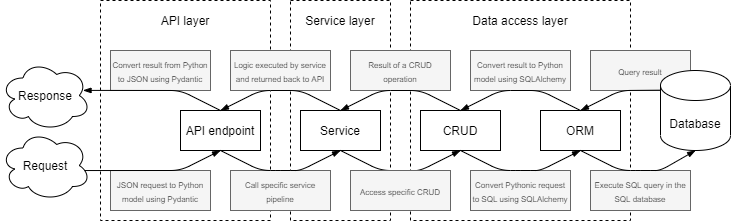
neat-monte/manganace keeps this draw.io diagram as backend/_docs/general-backend-flow.png. Above is the earlier version. Source tidied: cells renumbered, new cells last; positions are measured from the earlier drawing's top-left corner, leaving out a move shared by most shapes.
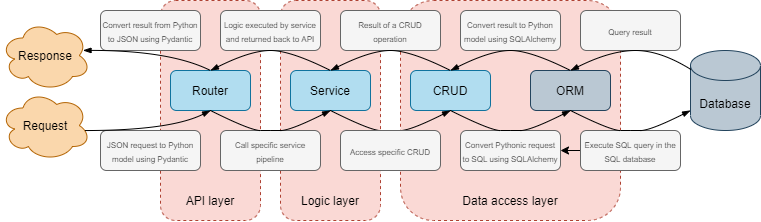
The same file after the commit.

What changed in the source:
```diff
@@ -2,40 +2,43 @@
   <root>
     <mxCell id="0" />
     <mxCell id="1" parent="0" />
-    <mxCell id="2" style="rounded=0;whiteSpace=wrap;html=1;shadow=0;glass=0;dashed=1;fillColor=none;" parent="1" vertex="1">
-      <mxGeometry x="410" width="220" height="220" as="geometry" />
+    <mxCell id="2" style="whiteSpace=wrap;html=1;shadow=0;glass=0;dashed=1;fillColor=#fad9d5;rounded=1;strokeColor=#ae4132;" parent="1" vertex="1">
+      <mxGeometry x="410" y="40" width="220" height="220" as="geometry" />
     </mxCell>
+    <mxCell id="35" style="edgeStyle=orthogonalEdgeStyle;curved=1;rounded=0;jettySize=auto;html=1;" parent="1" edge="1" source="3" target="18">
+      <mxGeometry relative="1" as="geometry" />
+    </mxCell>
-    <mxCell id="3" value="&lt;font style=&quot;font-size: 8px&quot;&gt;Execute SQL query in the SQL database&lt;/font&gt;" style="text;html=1;strokeColor=#666666;fillColor=#f5f5f5;align=center;verticalAlign=middle;whiteSpace=wrap;rounded=0;fontColor=#333333;" parent="1" vertex="1">
+    <mxCell id="3" value="&lt;font style=&quot;font-size: 8px&quot;&gt;Execute SQL query in the SQL database&lt;/font&gt;" style="text;html=1;strokeColor=#666666;fillColor=#f5f5f5;align=center;verticalAlign=middle;whiteSpace=wrap;fontColor=#333333;rounded=1;" parent="1" vertex="1">
       <mxGeometry x="590" y="170" width="100" height="40" as="geometry" />
     </mxCell>
-    <mxCell id="4" value="&lt;span style=&quot;font-size: 8px&quot;&gt;Query result&lt;/span&gt;" style="text;html=1;strokeColor=#666666;fillColor=#f5f5f5;align=center;verticalAlign=middle;whiteSpace=wrap;rounded=0;fontColor=#333333;" parent="1" vertex="1">
+    <mxCell id="4" value="&lt;span style=&quot;font-size: 8px&quot;&gt;Query result&lt;/span&gt;" style="text;html=1;strokeColor=#666666;fillColor=#f5f5f5;align=center;verticalAlign=middle;whiteSpace=wrap;fontColor=#333333;rounded=1;" parent="1" vertex="1">
       <mxGeometry x="590" y="50" width="100" height="40" as="geometry" />
     </mxCell>
-    <mxCell id="5" style="rounded=0;whiteSpace=wrap;html=1;shadow=0;glass=0;dashed=1;fillColor=none;" parent="1" vertex="1">
-      <mxGeometry x="290" width="100" height="220" as="geometry" />
+    <mxCell id="5" style="whiteSpace=wrap;html=1;shadow=0;glass=0;dashed=1;fillColor=#fad9d5;rounded=1;strokeColor=#ae4132;" parent="1" vertex="1">
+      <mxGeometry x="290" y="40" width="100" height="220" as="geometry" />
     </mxCell>
-    <mxCell id="6" style="rounded=0;whiteSpace=wrap;html=1;shadow=0;glass=0;dashed=1;fillColor=none;" parent="1" vertex="1">
-      <mxGeometry x="100" width="170" height="220" as="geometry" />
+    <mxCell id="6" style="whiteSpace=wrap;html=1;shadow=0;glass=0;dashed=1;fillColor=#fad9d5;rounded=1;strokeColor=#ae4132;" parent="1" vertex="1">
+      <mxGeometry x="170" y="40" width="100" height="220" as="geometry" />
     </mxCell>
-    <mxCell id="7" value="API endpoint" style="rounded=0;whiteSpace=wrap;html=1;" parent="1" vertex="1">
+    <mxCell id="7" value="Router" style="whiteSpace=wrap;html=1;rounded=1;fillColor=#b1ddf0;strokeColor=#10739e;" parent="1" vertex="1">
       <mxGeometry x="180" y="110" width="80" height="40" as="geometry" />
     </mxCell>
-    <mxCell id="8" value="Service" style="rounded=0;whiteSpace=wrap;html=1;" parent="1" vertex="1">
+    <mxCell id="8" value="Service" style="whiteSpace=wrap;html=1;rounded=1;fillColor=#b1ddf0;strokeColor=#10739e;" parent="1" vertex="1">
       <mxGeometry x="300" y="110" width="80" height="40" as="geometry" />
     </mxCell>
-    <mxCell id="9" value="CRUD" style="rounded=0;whiteSpace=wrap;html=1;" parent="1" vertex="1">
+    <mxCell id="9" value="CRUD" style="whiteSpace=wrap;html=1;rounded=1;fillColor=#b1ddf0;strokeColor=#10739e;" parent="1" vertex="1">
       <mxGeometry x="420" y="110" width="80" height="40" as="geometry" />
     </mxCell>
-    <mxCell id="10" value="ORM" style="rounded=0;whiteSpace=wrap;html=1;" parent="1" vertex="1">
+    <mxCell id="10" value="ORM" style="whiteSpace=wrap;html=1;rounded=1;fillColor=#bac8d3;strokeColor=#23445d;" parent="1" vertex="1">
       <mxGeometry x="540" y="110" width="80" height="40" as="geometry" />
     </mxCell>
-    <mxCell id="11" value="Database" style="shape=cylinder3;whiteSpace=wrap;html=1;boundedLbl=1;backgroundOutline=1;size=15;" parent="1" vertex="1">
-      <mxGeometry x="660" y="70" width="70" height="80" as="geometry" />
+    <mxCell id="11" value="Database" style="shape=cylinder3;whiteSpace=wrap;html=1;boundedLbl=1;backgroundOutline=1;size=15;rounded=1;fillColor=#bac8d3;strokeColor=#23445d;" parent="1" vertex="1">
+      <mxGeometry x="700" y="90" width="70" height="80" as="geometry" />
     </mxCell>
-    <mxCell id="12" value="Request" style="ellipse;shape=cloud;whiteSpace=wrap;html=1;" parent="1" vertex="1">
-      <mxGeometry y="130" width="90" height="70" as="geometry" />
+    <mxCell id="12" value="Request" style="ellipse;shape=cloud;whiteSpace=wrap;html=1;rounded=1;fillColor=#fad7ac;strokeColor=#b46504;" parent="1" vertex="1">
+      <mxGeometry x="10" y="130" width="90" height="70" as="geometry" />
     </mxCell>
-    <mxCell id="13" style="endArrow=blockThin;html=1;endFill=1;exitX=0.5;exitY=1;exitDx=0;exitDy=0;entryX=0.5;entryY=1;entryDx=0;entryDy=0;" parent="1" edge="1" source="8" target="9">
+    <mxCell id="13" style="endArrow=blockThin;html=1;endFill=1;exitX=0.5;exitY=1;exitDx=0;exitDy=0;entryX=0.5;entryY=1;entryDx=0;entryDy=0;curved=1;" parent="1" edge="1" source="8" target="9">
       <mxGeometry relative="1" as="geometry">
         <Array as="points">
           <mxPoint x="380" y="170" />
@@ -44,48 +47,48 @@
         </Array>
       </mxGeometry>
     </mxCell>
-    <mxCell id="14" value="Response" style="ellipse;shape=cloud;whiteSpace=wrap;html=1;" parent="1" vertex="1">
-      <mxGeometry y="60" width="90" height="70" as="geometry" />
+    <mxCell id="14" value="Response" style="ellipse;shape=cloud;whiteSpace=wrap;html=1;rounded=1;fillColor=#fad7ac;strokeColor=#b46504;" parent="1" vertex="1">
+      <mxGeometry x="10" y="60" width="90" height="70" as="geometry" />
     </mxCell>
-    <mxCell id="15" value="&lt;font style=&quot;font-size: 8px&quot;&gt;JSON request to Python model using Pydantic&lt;/font&gt;" style="text;html=1;strokeColor=#666666;fillColor=#f5f5f5;align=center;verticalAlign=middle;whiteSpace=wrap;rounded=0;fontColor=#333333;" parent="1" vertex="1">
+    <mxCell id="15" value="&lt;font style=&quot;font-size: 8px&quot;&gt;JSON request to Python model using Pydantic&lt;/font&gt;" style="text;html=1;strokeColor=#666666;fillColor=#f5f5f5;align=center;verticalAlign=middle;whiteSpace=wrap;fontColor=#333333;rounded=1;" parent="1" vertex="1">
       <mxGeometry x="110" y="170" width="100" height="40" as="geometry" />
     </mxCell>
-    <mxCell id="16" value="&lt;font style=&quot;font-size: 8px&quot;&gt;Call specific service pipeline&lt;/font&gt;" style="text;html=1;strokeColor=#666666;fillColor=#f5f5f5;align=center;verticalAlign=middle;whiteSpace=wrap;rounded=0;fontColor=#333333;" parent="1" vertex="1">
+    <mxCell id="16" value="&lt;font style=&quot;font-size: 8px&quot;&gt;Call specific service pipeline&lt;/font&gt;" style="text;html=1;strokeColor=#666666;fillColor=#f5f5f5;align=center;verticalAlign=middle;whiteSpace=wrap;fontColor=#333333;rounded=1;" parent="1" vertex="1">
       <mxGeometry x="230" y="170" width="100" height="40" as="geometry" />
     </mxCell>
-    <mxCell id="17" value="&lt;font style=&quot;font-size: 8px&quot;&gt;Access specific CRUD&lt;/font&gt;" style="text;html=1;strokeColor=#666666;fillColor=#f5f5f5;align=center;verticalAlign=middle;whiteSpace=wrap;rounded=0;fontColor=#333333;" parent="1" vertex="1">
+    <mxCell id="17" value="&lt;font style=&quot;font-size: 8px&quot;&gt;Access specific CRUD&lt;/font&gt;" style="text;html=1;strokeColor=#666666;fillColor=#f5f5f5;align=center;verticalAlign=middle;whiteSpace=wrap;fontColor=#333333;rounded=1;" parent="1" vertex="1">
       <mxGeometry x="350" y="170" width="100" height="40" as="geometry" />
     </mxCell>
-    <mxCell id="18" value="&lt;font style=&quot;font-size: 8px&quot;&gt;Convert Pythonic request to SQL using SQLAlchemy&lt;/font&gt;" style="text;html=1;strokeColor=#666666;fillColor=#f5f5f5;align=center;verticalAlign=middle;whiteSpace=wrap;rounded=0;fontColor=#333333;" parent="1" vertex="1">
+    <mxCell id="18" value="&lt;font style=&quot;font-size: 8px&quot;&gt;Convert Pythonic request to SQL using SQLAlchemy&lt;/font&gt;" style="text;html=1;strokeColor=#666666;fillColor=#f5f5f5;align=center;verticalAlign=middle;whiteSpace=wrap;fontColor=#333333;rounded=1;" parent="1" vertex="1">
       <mxGeometry x="470" y="170" width="100" height="40" as="geometry" />
     </mxCell>
-    <mxCell id="19" value="&lt;span style=&quot;font-size: 8px&quot;&gt;Convert result to Python model&amp;nbsp;&lt;/span&gt;&lt;span style=&quot;font-size: 8px&quot;&gt;using&lt;/span&gt;&lt;span style=&quot;font-size: 8px&quot;&gt;&amp;nbsp;SQLAlchemy&lt;/span&gt;" style="text;html=1;strokeColor=#666666;fillColor=#f5f5f5;align=center;verticalAlign=middle;whiteSpace=wrap;rounded=0;fontColor=#333333;" parent="1" vertex="1">
+    <mxCell id="19" value="&lt;span style=&quot;font-size: 8px&quot;&gt;Convert result to Python model&amp;nbsp;&lt;/span&gt;&lt;span style=&quot;font-size: 8px&quot;&gt;using&lt;/span&gt;&lt;span style=&quot;font-size: 8px&quot;&gt;&amp;nbsp;SQLAlchemy&lt;/span&gt;" style="text;html=1;strokeColor=#666666;fillColor=#f5f5f5;align=center;verticalAlign=middle;whiteSpace=wrap;fontColor=#333333;rounded=1;" parent="1" vertex="1">
       <mxGeometry x="470" y="50" width="100" height="40" as="geometry" />
     </mxCell>
-    <mxCell id="20" value="&lt;span style=&quot;font-size: 8px&quot;&gt;Result of a CRUD operation&lt;/span&gt;" style="text;html=1;strokeColor=#666666;fillColor=#f5f5f5;align=center;verticalAlign=middle;whiteSpace=wrap;rounded=0;fontColor=#333333;" parent="1" vertex="1">
+    <mxCell id="20" value="&lt;span style=&quot;font-size: 8px&quot;&gt;Result of a CRUD operation&lt;/span&gt;" style="text;html=1;strokeColor=#666666;fillColor=#f5f5f5;align=center;verticalAlign=middle;whiteSpace=wrap;fontColor=#333333;rounded=1;" parent="1" vertex="1">
       <mxGeometry x="350" y="50" width="100" height="40" as="geometry" />
     </mxCell>
-    <mxCell id="21" value="&lt;span style=&quot;font-size: 8px&quot;&gt;Convert result from Python to JSON using Pydantic&lt;/span&gt;" style="text;html=1;strokeColor=#666666;fillColor=#f5f5f5;align=center;verticalAlign=middle;whiteSpace=wrap;rounded=0;fontColor=#333333;" parent="1" vertex="1">
+    <mxCell id="21" value="&lt;span style=&quot;font-size: 8px&quot;&gt;Convert result from Python to JSON using Pydantic&lt;/span&gt;" style="text;html=1;strokeColor=#666666;fillColor=#f5f5f5;align=center;verticalAlign=middle;whiteSpace=wrap;fontColor=#333333;rounded=1;" parent="1" vertex="1">
       <mxGeometry x="110" y="50" width="100" height="40" as="geometry" />
     </mxCell>
-    <mxCell id="22" value="&lt;span style=&quot;font-size: 8px&quot;&gt;Logic executed by service and returned back to API&lt;/span&gt;" style="text;html=1;strokeColor=#666666;align=center;verticalAlign=middle;whiteSpace=wrap;rounded=0;fillColor=#f5f5f5;fontColor=#333333;" parent="1" vertex="1">
+    <mxCell id="22" value="&lt;span style=&quot;font-size: 8px&quot;&gt;Logic executed by service and returned back to API&lt;/span&gt;" style="text;html=1;strokeColor=#666666;align=center;verticalAlign=middle;whiteSpace=wrap;fillColor=#f5f5f5;fontColor=#333333;rounded=1;" parent="1" vertex="1">
       <mxGeometry x="230" y="50" width="100" height="40" as="geometry" />
     </mxCell>
-    <mxCell id="23" style="endArrow=blockThin;html=1;endFill=1;exitX=0.5;exitY=0;exitDx=0;exitDy=0;entryX=0.917;entryY=0.427;entryDx=0;entryDy=0;entryPerimeter=0;" parent="1" edge="1" source="7" target="14">
+    <mxCell id="23" style="endArrow=blockThin;html=1;endFill=1;exitX=0.5;exitY=0;exitDx=0;exitDy=0;entryX=0.917;entryY=0.427;entryDx=0;entryDy=0;entryPerimeter=0;curved=1;" parent="1" edge="1" source="7" target="14">
       <mxGeometry relative="1" as="geometry">
         <Array as="points">
           <mxPoint x="180" y="90" />
         </Array>
       </mxGeometry>
     </mxCell>
-    <mxCell id="24" style="endArrow=blockThin;html=1;endFill=1;exitX=0.935;exitY=0.572;exitDx=0;exitDy=0;exitPerimeter=0;entryX=0.5;entryY=1;entryDx=0;entryDy=0;" parent="1" edge="1" source="12" target="7">
+    <mxCell id="24" style="endArrow=blockThin;html=1;endFill=1;exitX=0.935;exitY=0.572;exitDx=0;exitDy=0;exitPerimeter=0;entryX=0.5;entryY=1;entryDx=0;entryDy=0;curved=1;" parent="1" edge="1" source="12" target="7">
       <mxGeometry relative="1" as="geometry">
         <Array as="points">
           <mxPoint x="180" y="170" />
         </Array>
       </mxGeometry>
     </mxCell>
-    <mxCell id="25" style="endArrow=blockThin;html=1;endFill=1;exitX=0.5;exitY=1;exitDx=0;exitDy=0;entryX=0.5;entryY=1;entryDx=0;entryDy=0;" parent="1" edge="1" source="7" target="8">
+    <mxCell id="25" style="endArrow=blockThin;html=1;endFill=1;exitX=0.5;exitY=1;exitDx=0;exitDy=0;entryX=0.5;entryY=1;entryDx=0;entryDy=0;curved=1;" parent="1" edge="1" source="7" target="8">
       <mxGeometry relative="1" as="geometry">
         <Array as="points">
           <mxPoint x="260" y="170" />
@@ -94,7 +97,7 @@
         </Array>
       </mxGeometry>
     </mxCell>
-    <mxCell id="26" style="endArrow=blockThin;html=1;endFill=1;exitX=0.5;exitY=0;exitDx=0;exitDy=0;entryX=0.5;entryY=0;entryDx=0;entryDy=0;" parent="1" edge="1" source="8" target="7">
+    <mxCell id="26" style="endArrow=blockThin;html=1;endFill=1;exitX=0.5;exitY=0;exitDx=0;exitDy=0;entryX=0.5;entryY=0;entryDx=0;entryDy=0;curved=1;" parent="1" edge="1" source="8" target="7">
       <mxGeometry relative="1" as="geometry">
         <Array as="points">
           <mxPoint x="300" y="90" />
@@ -102,7 +105,7 @@
         </Array>
       </mxGeometry>
     </mxCell>
-    <mxCell id="27" style="endArrow=blockThin;html=1;endFill=1;exitX=0.5;exitY=0;exitDx=0;exitDy=0;entryX=0.5;entryY=0;entryDx=0;entryDy=0;" parent="1" edge="1" source="9" target="8">
+    <mxCell id="27" style="endArrow=blockThin;html=1;endFill=1;exitX=0.5;exitY=0;exitDx=0;exitDy=0;entryX=0.5;entryY=0;entryDx=0;entryDy=0;curved=1;" parent="1" edge="1" source="9" target="8">
       <mxGeometry relative="1" as="geometry">
         <Array as="points">
           <mxPoint x="420" y="90" />
@@ -110,7 +113,7 @@
         </Array>
       </mxGeometry>
     </mxCell>
-    <mxCell id="28" style="endArrow=blockThin;html=1;endFill=1;exitX=0.5;exitY=0;exitDx=0;exitDy=0;entryX=0.5;entryY=0;entryDx=0;entryDy=0;" parent="1" edge="1" source="10" target="9">
+    <mxCell id="28" style="endArrow=blockThin;html=1;endFill=1;exitX=0.5;exitY=0;exitDx=0;exitDy=0;entryX=0.5;entryY=0;entryDx=0;entryDy=0;curved=1;" parent="1" edge="1" source="10" target="9">
       <mxGeometry relative="1" as="geometry">
         <Array as="points">
           <mxPoint x="540" y="90" />
@@ -118,7 +121,7 @@
         </Array>
       </mxGeometry>
     </mxCell>
-    <mxCell id="29" style="endArrow=blockThin;html=1;endFill=1;exitX=0.5;exitY=1;exitDx=0;exitDy=0;entryX=0.5;entryY=1;entryDx=0;entryDy=0;" parent="1" edge="1" source="9" target="10">
+    <mxCell id="29" style="endArrow=blockThin;html=1;endFill=1;exitX=0.5;exitY=1;exitDx=0;exitDy=0;entryX=0.5;entryY=1;entryDx=0;entryDy=0;curved=1;" parent="1" edge="1" source="9" target="10">
       <mxGeometry relative="1" as="geometry">
         <Array as="points">
           <mxPoint x="500" y="170" />
@@ -127,7 +130,7 @@
         </Array>
       </mxGeometry>
     </mxCell>
-    <mxCell id="30" style="endArrow=blockThin;html=1;endFill=1;exitX=0.5;exitY=1;exitDx=0;exitDy=0;entryX=0.5;entryY=1;entryDx=0;entryDy=0;entryPerimeter=0;" parent="1" edge="1" source="10" target="11">
+    <mxCell id="30" style="endArrow=blockThin;html=1;endFill=1;exitX=0.5;exitY=1;exitDx=0;exitDy=0;entryX=0;entryY=0.75;entryDx=0;entryDy=0;entryPerimeter=0;curved=1;" parent="1" edge="1" source="10" target="11">
       <mxGeometry relative="1" as="geometry">
         <Array as="points">
           <mxPoint x="620" y="170" />
@@ -136,21 +139,22 @@
         </Array>
       </mxGeometry>
     </mxCell>
-    <mxCell id="31" style="endArrow=blockThin;html=1;endFill=1;exitX=-0.006;exitY=0.246;exitDx=0;exitDy=0;exitPerimeter=0;entryX=0.5;entryY=0;entryDx=0;entryDy=0;" parent="1" edge="1" source="11" target="10">
+    <mxCell id="31" style="endArrow=blockThin;html=1;endFill=1;exitX=0.011;exitY=0.24;exitDx=0;exitDy=0;exitPerimeter=0;entryX=0.5;entryY=0;entryDx=0;entryDy=0;curved=1;" parent="1" edge="1" source="11" target="10">
       <mxGeometry relative="1" as="geometry">
         <Array as="points">
+          <mxPoint x="670" y="90" />
           <mxPoint x="620" y="90" />
         </Array>
       </mxGeometry>
     </mxCell>
-    <mxCell id="32" value="API layer" style="text;html=1;strokeColor=none;fillColor=none;align=center;verticalAlign=middle;whiteSpace=wrap;rounded=0;shadow=0;glass=0;dashed=1;" parent="1" vertex="1">
-      <mxGeometry x="130" y="10" width="110" height="20" as="geometry" />
+    <mxCell id="32" value="API layer" style="text;html=1;strokeColor=none;fillColor=none;align=center;verticalAlign=middle;whiteSpace=wrap;shadow=0;glass=0;dashed=1;rounded=1;" parent="1" vertex="1">
+      <mxGeometry x="170" y="230" width="100" height="20" as="geometry" />
     </mxCell>
-    <mxCell id="33" value="Service layer" style="text;html=1;strokeColor=none;fillColor=none;align=center;verticalAlign=middle;whiteSpace=wrap;rounded=0;shadow=0;glass=0;dashed=1;" parent="1" vertex="1">
-      <mxGeometry x="300" y="10" width="80" height="20" as="geometry" />
+    <mxCell id="33" value="Logic layer" style="text;html=1;strokeColor=none;fillColor=none;align=center;verticalAlign=middle;whiteSpace=wrap;shadow=0;glass=0;dashed=1;rounded=1;" parent="1" vertex="1">
+      <mxGeometry x="290" y="230" width="100" height="20" as="geometry" />
     </mxCell>
-    <mxCell id="34" value="Data access layer" style="text;html=1;strokeColor=none;fillColor=none;align=center;verticalAlign=middle;whiteSpace=wrap;rounded=0;shadow=0;glass=0;dashed=1;" parent="1" vertex="1">
-      <mxGeometry x="460" y="10" width="120" height="20" as="geometry" />
+    <mxCell id="34" value="Data access layer" style="text;html=1;strokeColor=none;fillColor=none;align=center;verticalAlign=middle;whiteSpace=wrap;shadow=0;glass=0;dashed=1;rounded=1;" parent="1" vertex="1">
+      <mxGeometry x="410" y="230" width="220" height="20" as="geometry" />
     </mxCell>
   </root>
 </mxGraphModel>
```
